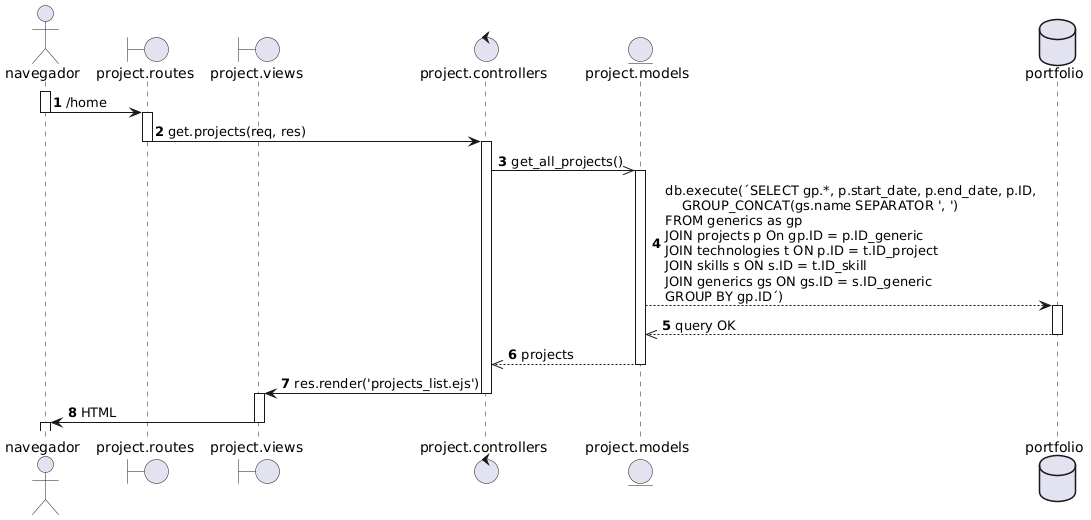
Earlier version of the PlantUML export Diagramas/Secuencia/CU01_U_Consultar_proyectos.png (YaelChar417/portfolio).
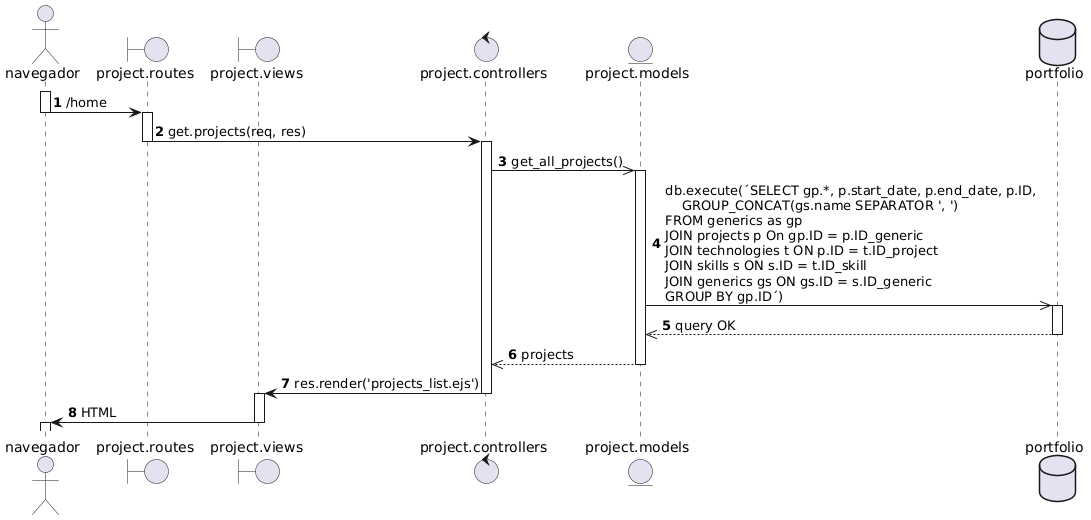
The same file after the commit.

Commit message:
Feature: diagrama de secuencia del CU02 terminado y CU01 actualizado con peticion asincrona

The edit, as a diff of the source:
```diff
@@ -18,7 +18,7 @@
 activate controller
 controller ->> model: get_all_projects()
 activate model
-model --> db:db.execute(´SELECT gp.*, p.start_date, p.end_date, p.ID, \n    GROUP_CONCAT(gs.name SEPARATOR ', ') \nFROM generics as gp \nJOIN projects p On gp.ID = p.ID_generic \nJOIN technologies t ON p.ID = t.ID_project \nJOIN skills s ON s.ID = t.ID_skill \nJOIN generics gs ON gs.ID = s.ID_generic \nGROUP BY gp.ID´)
+model ->> db:db.execute(´SELECT gp.*, p.start_date, p.end_date, p.ID, \n    GROUP_CONCAT(gs.name SEPARATOR ', ') \nFROM generics as gp \nJOIN projects p On gp.ID = p.ID_generic \nJOIN technologies t ON p.ID = t.ID_project \nJOIN skills s ON s.ID = t.ID_skill \nJOIN generics gs ON gs.ID = s.ID_generic \nGROUP BY gp.ID´)
 activate db
 db -->> model: query OK
 deactivate db
```
